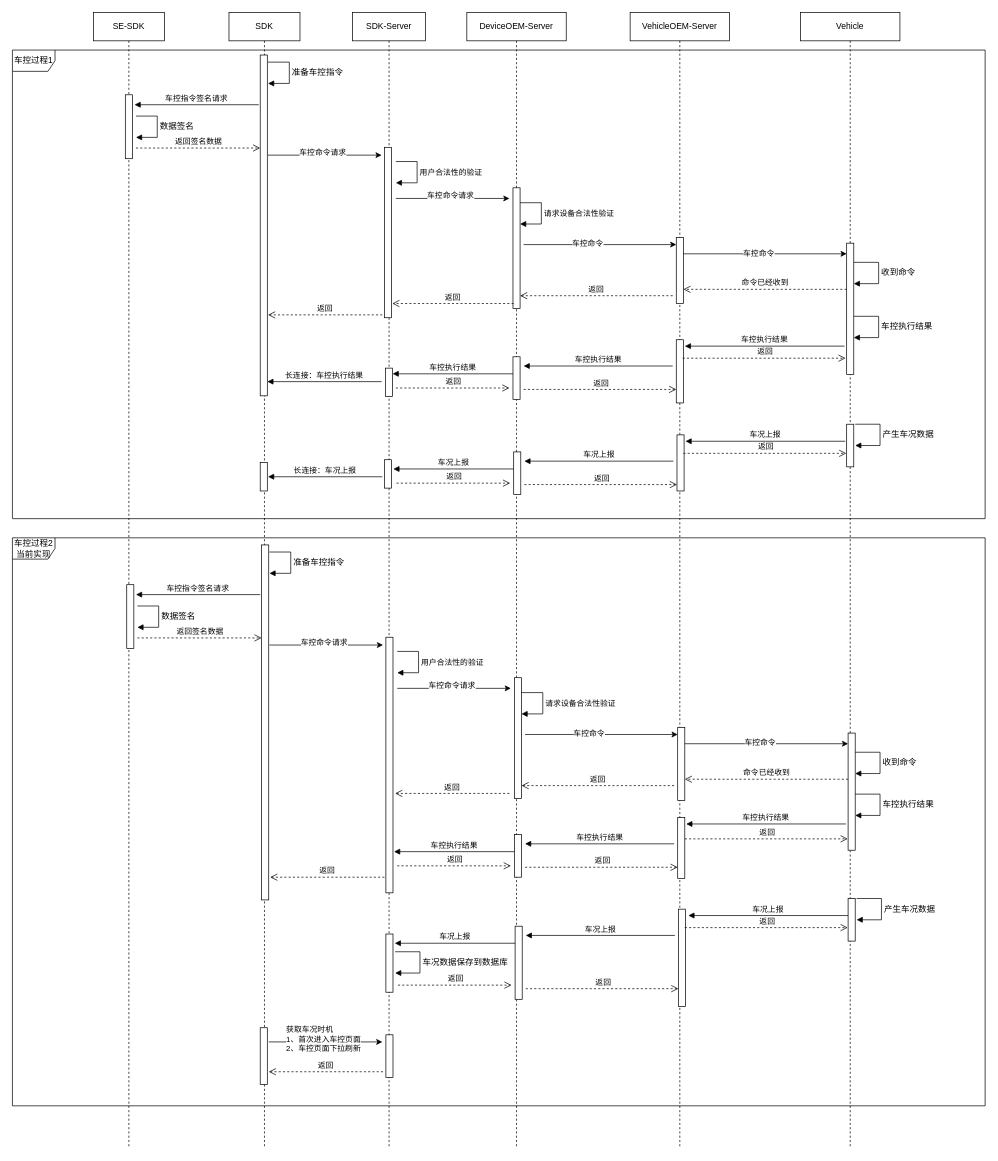
Before: 车控.drawio in jianguocong/chart, a draw.io diagram. Source tidied: cells renumbered, new cells numbered last; positions are measured from the earlier drawing's top-left corner, leaving out a move shared by most shapes. Both pictures are drawn from the tidied source at 71%, with x=0, y=0 at pixel (12, 12).
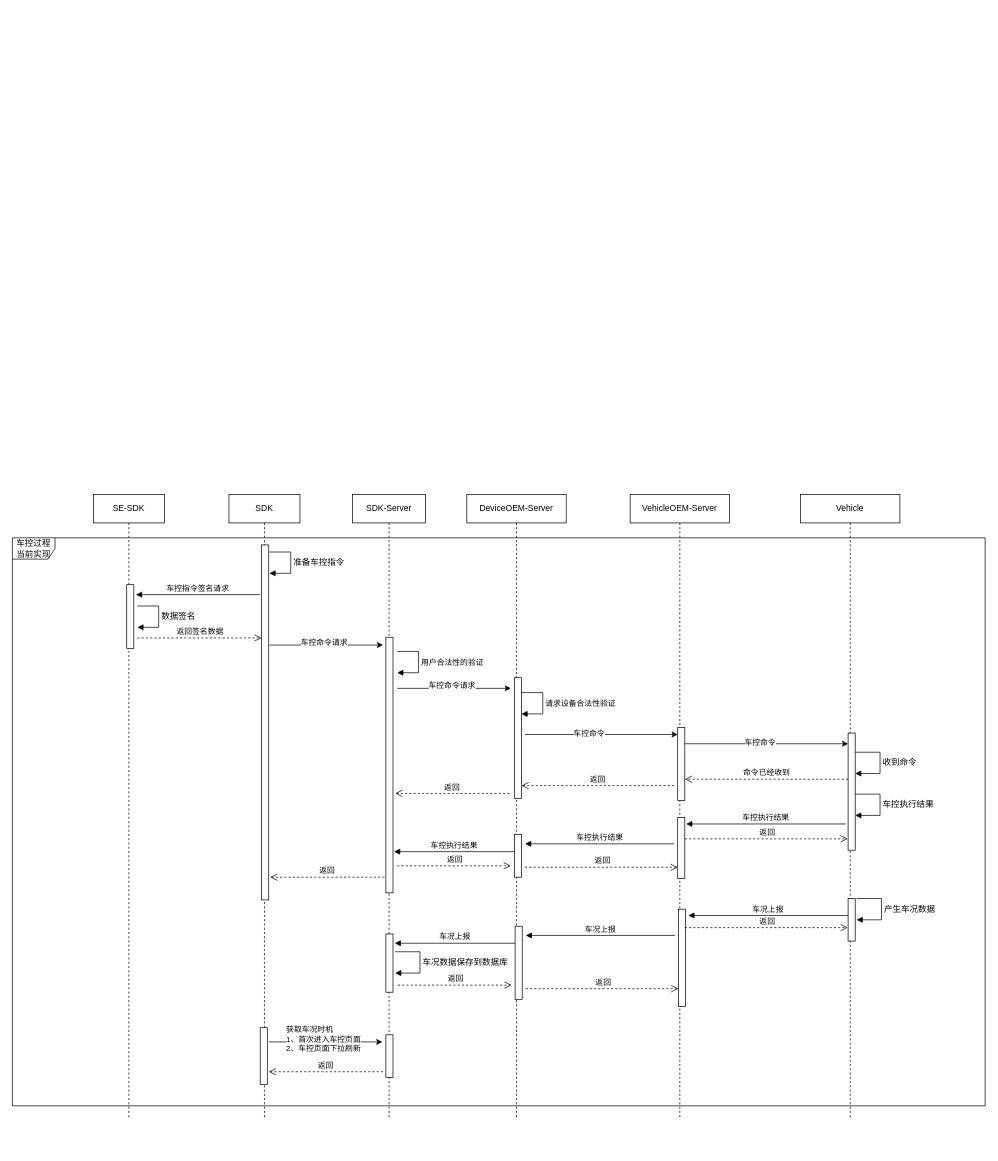
Above is the later version.

Diff of the diagram source:
```diff
@@
     <mxCell id="2" value="SE-SDK" style="shape=umlLifeline;perimeter=lifelinePerimeter;whiteSpace=wrap;html=1;newEdgeStyle={&quot;edgeStyle&quot;:&quot;elbowEdgeStyle&quot;,&quot;elbow&quot;:&quot;vertical&quot;,&quot;curved&quot;:0,&quot;rounded&quot;:0};" parent="1" vertex="1">
-      <mxGeometry x="114" width="100" height="1600" as="geometry" />
+      <mxGeometry x="114" y="679" width="100" height="880" as="geometry" />
     </mxCell>
-    <mxCell id="3" style="html=1;perimeter=orthogonalPerimeter;targetShapes=umlLifeline;newEdgeStyle={&quot;edgeStyle&quot;:&quot;elbowEdgeStyle&quot;,&quot;elbow&quot;:&quot;vertical&quot;,&quot;curved&quot;:0,&quot;rounded&quot;:0};" parent="2" vertex="1">
-      <mxGeometry x="45" y="116" width="10" height="90" as="geometry" />
-    </mxCell>
     <mxCell id="4" value="SDK" style="shape=umlLifeline;perimeter=lifelinePerimeter;whiteSpace=wrap;html=1;newEdgeStyle={&quot;edgeStyle&quot;:&quot;elbowEdgeStyle&quot;,&quot;elbow&quot;:&quot;vertical&quot;,&quot;curved&quot;:0,&quot;rounded&quot;:0};" parent="1" vertex="1">
-      <mxGeometry x="305" width="100" height="1600" as="geometry" />
+      <mxGeometry x="305" y="679" width="100" height="880" as="geometry" />
     </mxCell>
-    <mxCell id="5" style="html=1;points=[];perimeter=orthogonalPerimeter;outlineConnect=0;targetShapes=umlLifeline;portConstraint=eastwest;newEdgeStyle={&quot;edgeStyle&quot;:&quot;elbowEdgeStyle&quot;,&quot;elbow&quot;:&quot;vertical&quot;,&quot;curved&quot;:0,&quot;rounded&quot;:0};" parent="4" vertex="1">
-      <mxGeometry x="44" y="60" width="10" height="480" as="geometry" />
-    </mxCell>
-    <mxCell id="6" style="html=1;perimeter=orthogonalPerimeter;targetShapes=umlLifeline;newEdgeStyle={&quot;edgeStyle&quot;:&quot;elbowEdgeStyle&quot;,&quot;elbow&quot;:&quot;vertical&quot;,&quot;curved&quot;:0,&quot;rounded&quot;:0};" parent="4" vertex="1">
-      <mxGeometry x="44" y="634" width="10" height="40" as="geometry" />
-    </mxCell>
     <mxCell id="7" style="html=1;perimeter=orthogonalPerimeter;targetShapes=umlLifeline;newEdgeStyle={&quot;edgeStyle&quot;:&quot;elbowEdgeStyle&quot;,&quot;elbow&quot;:&quot;vertical&quot;,&quot;curved&quot;:0,&quot;rounded&quot;:0};" parent="4" vertex="1">
-      <mxGeometry x="44" y="1430" width="10" height="80" as="geometry" />
+      <mxGeometry x="44" y="751" width="10" height="80" as="geometry" />
     </mxCell>
-    <mxCell id="8" value="车控指令签名请求" style="html=1;verticalAlign=bottom;endArrow=block;edgeStyle=elbowEdgeStyle;elbow=horizontal;curved=0;rounded=0;" parent="1" edge="1">
-      <mxGeometry relative="1" as="geometry">
-        <mxPoint x="347" y="130" as="sourcePoint" />
-        <mxPoint x="172" y="130" as="targetPoint" />
-      </mxGeometry>
-    </mxCell>
-    <mxCell id="9" value="返回签名数据" style="html=1;verticalAlign=bottom;endArrow=open;dashed=1;endSize=8;edgeStyle=elbowEdgeStyle;elbow=vertical;curved=0;rounded=0;" parent="1" edge="1">
-      <mxGeometry x="0.01" relative="1" as="geometry">
-        <mxPoint x="174" y="191" as="sourcePoint" />
-        <mxPoint x="349" y="191" as="targetPoint" />
-        <Array as="points">
-          <mxPoint x="264" y="191" />
-        </Array>
-      </mxGeometry>
-    </mxCell>
     <mxCell id="10" value="DeviceOEM-Server" style="shape=umlLifeline;perimeter=lifelinePerimeter;whiteSpace=wrap;html=1;newEdgeStyle={&quot;edgeStyle&quot;:&quot;elbowEdgeStyle&quot;,&quot;elbow&quot;:&quot;vertical&quot;,&quot;curved&quot;:0,&quot;rounded&quot;:0};" parent="1" vertex="1">
-      <mxGeometry x="640" width="140" height="1600" as="geometry" />
+      <mxGeometry x="640" y="679" width="140" height="880" as="geometry" />
     </mxCell>
-    <mxCell id="11" style="html=1;perimeter=orthogonalPerimeter;targetShapes=umlLifeline;newEdgeStyle={&quot;edgeStyle&quot;:&quot;elbowEdgeStyle&quot;,&quot;elbow&quot;:&quot;vertical&quot;,&quot;curved&quot;:0,&quot;rounded&quot;:0};" parent="10" vertex="1">
-      <mxGeometry x="65" y="247" width="10" height="170" as="geometry" />
-    </mxCell>
-    <mxCell id="12" style="html=1;perimeter=orthogonalPerimeter;targetShapes=umlLifeline;newEdgeStyle={&quot;edgeStyle&quot;:&quot;elbowEdgeStyle&quot;,&quot;elbow&quot;:&quot;vertical&quot;,&quot;curved&quot;:0,&quot;rounded&quot;:0};" parent="10" vertex="1">
-      <mxGeometry x="65" y="485" width="10" height="60" as="geometry" />
-    </mxCell>
     <mxCell id="13" value="VehicleOEM-Server" style="shape=umlLifeline;perimeter=lifelinePerimeter;whiteSpace=wrap;html=1;newEdgeStyle={&quot;edgeStyle&quot;:&quot;elbowEdgeStyle&quot;,&quot;elbow&quot;:&quot;vertical&quot;,&quot;curved&quot;:0,&quot;rounded&quot;:0};" parent="1" vertex="1">
-      <mxGeometry x="870" width="140" height="1600" as="geometry" />
+      <mxGeometry x="870" y="679" width="140" height="880" as="geometry" />
     </mxCell>
-    <mxCell id="14" style="html=1;perimeter=orthogonalPerimeter;targetShapes=umlLifeline;newEdgeStyle={&quot;edgeStyle&quot;:&quot;elbowEdgeStyle&quot;,&quot;elbow&quot;:&quot;vertical&quot;,&quot;curved&quot;:0,&quot;rounded&quot;:0};" parent="13" vertex="1">
-      <mxGeometry x="65" y="317" width="10" height="93" as="geometry" />
-    </mxCell>
-    <mxCell id="15" style="html=1;perimeter=orthogonalPerimeter;targetShapes=umlLifeline;newEdgeStyle={&quot;edgeStyle&quot;:&quot;elbowEdgeStyle&quot;,&quot;elbow&quot;:&quot;vertical&quot;,&quot;curved&quot;:0,&quot;rounded&quot;:0};" parent="13" vertex="1">
-      <mxGeometry x="65" y="461" width="10" height="89" as="geometry" />
-    </mxCell>
-    <mxCell id="16" style="html=1;perimeter=orthogonalPerimeter;targetShapes=umlLifeline;newEdgeStyle={&quot;edgeStyle&quot;:&quot;elbowEdgeStyle&quot;,&quot;elbow&quot;:&quot;vertical&quot;,&quot;curved&quot;:0,&quot;rounded&quot;:0};" parent="13" vertex="1">
-      <mxGeometry x="-164" y="619" width="10" height="60" as="geometry" />
-    </mxCell>
-    <mxCell id="17" style="html=1;perimeter=orthogonalPerimeter;targetShapes=umlLifeline;newEdgeStyle={&quot;edgeStyle&quot;:&quot;elbowEdgeStyle&quot;,&quot;elbow&quot;:&quot;vertical&quot;,&quot;curved&quot;:0,&quot;rounded&quot;:0};" parent="13" vertex="1">
-      <mxGeometry x="66" y="595" width="10" height="79" as="geometry" />
-    </mxCell>
-    <mxCell id="18" value="车况上报" style="html=1;verticalAlign=bottom;endArrow=block;edgeStyle=elbowEdgeStyle;elbow=vertical;curved=0;rounded=0;" parent="13" edge="1">
-      <mxGeometry relative="1" as="geometry">
-        <mxPoint x="303" y="604" as="sourcePoint" />
-        <mxPoint x="78" y="604" as="targetPoint" />
-      </mxGeometry>
-    </mxCell>
-    <mxCell id="19" value="返回" style="html=1;verticalAlign=bottom;endArrow=open;dashed=1;endSize=8;edgeStyle=elbowEdgeStyle;elbow=vertical;curved=0;rounded=0;" parent="13" edge="1">
-      <mxGeometry x="0.01" relative="1" as="geometry">
-        <mxPoint x="75" y="621" as="sourcePoint" />
-        <mxPoint x="304.5" y="621" as="targetPoint" />
-        <Array as="points">
-          <mxPoint x="165" y="621" />
-        </Array>
-      </mxGeometry>
-    </mxCell>
-    <mxCell id="20" value="车况上报" style="html=1;verticalAlign=bottom;endArrow=block;edgeStyle=elbowEdgeStyle;elbow=vertical;curved=0;rounded=0;" parent="13" edge="1">
-      <mxGeometry relative="1" as="geometry">
-        <mxPoint x="61" y="632" as="sourcePoint" />
-        <mxPoint x="-149" y="632" as="targetPoint" />
-      </mxGeometry>
-    </mxCell>
-    <mxCell id="21" value="车况上报" style="html=1;verticalAlign=bottom;endArrow=block;edgeStyle=elbowEdgeStyle;elbow=vertical;curved=0;rounded=0;" parent="13" edge="1">
-      <mxGeometry relative="1" as="geometry">
-        <mxPoint x="-164" y="643" as="sourcePoint" />
-        <mxPoint x="-333.5" y="643" as="targetPoint" />
-      </mxGeometry>
-    </mxCell>
-    <mxCell id="22" value="返回" style="html=1;verticalAlign=bottom;endArrow=open;dashed=1;endSize=8;edgeStyle=elbowEdgeStyle;elbow=vertical;curved=0;rounded=0;" parent="13" edge="1">
-      <mxGeometry x="0.01" relative="1" as="geometry">
-        <mxPoint x="-329" y="663" as="sourcePoint" />
-        <mxPoint x="-169" y="663" as="targetPoint" />
-        <Array as="points">
-          <mxPoint x="-239" y="663" />
-        </Array>
-      </mxGeometry>
-    </mxCell>
-    <mxCell id="23" value="返回" style="html=1;verticalAlign=bottom;endArrow=open;dashed=1;endSize=8;edgeStyle=elbowEdgeStyle;elbow=vertical;curved=0;rounded=0;" parent="13" edge="1">
-      <mxGeometry x="0.01" relative="1" as="geometry">
-        <mxPoint x="-149" y="665" as="sourcePoint" />
-        <mxPoint x="66" y="665" as="targetPoint" />
-        <Array as="points">
-          <mxPoint x="-59" y="665" />
-        </Array>
-      </mxGeometry>
-    </mxCell>
-    <mxCell id="24" value="长连接：车况上报" style="html=1;verticalAlign=bottom;endArrow=block;edgeStyle=elbowEdgeStyle;elbow=vertical;curved=0;rounded=0;" parent="13" edge="1">
-      <mxGeometry relative="1" as="geometry">
-        <mxPoint x="-349" y="654" as="sourcePoint" />
-        <mxPoint x="-510" y="654" as="targetPoint" />
-      </mxGeometry>
-    </mxCell>
     <mxCell id="25" value="Vehicle" style="shape=umlLifeline;perimeter=lifelinePerimeter;whiteSpace=wrap;html=1;newEdgeStyle={&quot;edgeStyle&quot;:&quot;elbowEdgeStyle&quot;,&quot;elbow&quot;:&quot;vertical&quot;,&quot;curved&quot;:0,&quot;rounded&quot;:0};" parent="1" vertex="1">
-      <mxGeometry x="1110" width="140" height="1600" as="geometry" />
+      <mxGeometry x="1110" y="679" width="140" height="880" as="geometry" />
     </mxCell>
-    <mxCell id="26" style="html=1;perimeter=orthogonalPerimeter;targetShapes=umlLifeline;newEdgeStyle={&quot;edgeStyle&quot;:&quot;elbowEdgeStyle&quot;,&quot;elbow&quot;:&quot;vertical&quot;,&quot;curved&quot;:0,&quot;rounded&quot;:0};" parent="25" vertex="1">
-      <mxGeometry x="65" y="325" width="10" height="185" as="geometry" />
-    </mxCell>
-    <mxCell id="27" value="收到命令" style="html=1;align=left;spacingLeft=2;endArrow=block;rounded=0;edgeStyle=orthogonalEdgeStyle;curved=0;rounded=0;fontFamily=Helvetica;fontSize=12;fontColor=default;" parent="25" edge="1">
-      <mxGeometry relative="1" as="geometry">
-        <mxPoint x="75" y="352" as="sourcePoint" />
-        <mxPoint x="75" y="382" as="targetPoint" />
-        <Array as="points">
-          <mxPoint x="110" y="352" />
-          <mxPoint x="110" y="382" />
-        </Array>
-      </mxGeometry>
-    </mxCell>
-    <mxCell id="28" style="html=1;perimeter=orthogonalPerimeter;targetShapes=umlLifeline;newEdgeStyle={&quot;edgeStyle&quot;:&quot;elbowEdgeStyle&quot;,&quot;elbow&quot;:&quot;vertical&quot;,&quot;curved&quot;:0,&quot;rounded&quot;:0};" parent="25" vertex="1">
-      <mxGeometry x="65" y="580" width="10" height="60" as="geometry" />
-    </mxCell>
-    <mxCell id="29" value="&lt;font style=&quot;font-size: 11px;&quot;&gt;请求设备合法性&lt;/font&gt;&lt;span style=&quot;font-size: 11px;&quot;&gt;验证&lt;/span&gt;" style="html=1;align=left;spacingLeft=2;endArrow=block;rounded=0;edgeStyle=orthogonalEdgeStyle;curved=0;rounded=0;fontFamily=Helvetica;fontSize=12;fontColor=default;" parent="1" edge="1">
-      <mxGeometry relative="1" as="geometry">
-        <mxPoint x="715" y="268" as="sourcePoint" />
-        <mxPoint x="715" y="298" as="targetPoint" />
-        <Array as="points">
-          <mxPoint x="745" y="268" />
-          <mxPoint x="745" y="298" />
-        </Array>
-      </mxGeometry>
-    </mxCell>
-    <mxCell id="30" value="数据签名" style="html=1;align=left;spacingLeft=2;endArrow=block;rounded=0;edgeStyle=orthogonalEdgeStyle;curved=0;rounded=0;fontFamily=Helvetica;fontSize=12;fontColor=default;" parent="1" edge="1">
-      <mxGeometry relative="1" as="geometry">
-        <mxPoint x="174" y="146" as="sourcePoint" />
-        <mxPoint x="174" y="176" as="targetPoint" />
-        <Array as="points">
-          <mxPoint x="204" y="146" />
-          <mxPoint x="204" y="176" />
-        </Array>
-      </mxGeometry>
-    </mxCell>
-    <mxCell id="31" style="endArrow=classic;html=1;rounded=0;" parent="1" edge="1">
-      <mxGeometry relative="1" as="geometry">
-        <mxPoint x="720" y="327" as="sourcePoint" />
-        <mxPoint x="935" y="327" as="targetPoint" />
-      </mxGeometry>
-    </mxCell>
-    <mxCell id="32" value="车控命令" style="edgeLabel;html=1;align=center;verticalAlign=middle;" parent="31" vertex="1">
-      <mxGeometry x="-0.17" y="2" relative="1" as="geometry" />
-    </mxCell>
-    <mxCell id="33" value="返回" style="html=1;verticalAlign=bottom;endArrow=open;dashed=1;endSize=8;edgeStyle=elbowEdgeStyle;elbow=vertical;curved=0;rounded=0;" parent="1" edge="1">
-      <mxGeometry relative="1" as="geometry">
-        <mxPoint x="930" y="399" as="sourcePoint" />
-        <mxPoint x="715" y="399" as="targetPoint" />
-      </mxGeometry>
-    </mxCell>
-    <mxCell id="34" value="返回" style="html=1;verticalAlign=bottom;endArrow=open;dashed=1;endSize=8;edgeStyle=elbowEdgeStyle;elbow=vertical;curved=0;rounded=0;" parent="1" edge="1">
-      <mxGeometry relative="1" as="geometry">
-        <mxPoint x="706" y="410" as="sourcePoint" />
-        <mxPoint x="535" y="410" as="targetPoint" />
-      </mxGeometry>
-    </mxCell>
-    <mxCell id="35" value="车控执行结果" style="html=1;align=left;spacingLeft=2;endArrow=block;rounded=0;edgeStyle=orthogonalEdgeStyle;curved=0;rounded=0;fontFamily=Helvetica;fontSize=12;fontColor=default;" parent="1" edge="1">
-      <mxGeometry relative="1" as="geometry">
-        <mxPoint x="1185" y="428" as="sourcePoint" />
-        <mxPoint x="1185" y="458" as="targetPoint" />
-        <Array as="points">
-          <mxPoint x="1220" y="428" />
-          <mxPoint x="1220" y="458" />
-        </Array>
-      </mxGeometry>
-    </mxCell>
-    <mxCell id="36" style="endArrow=classic;html=1;rounded=0;" parent="1" edge="1">
-      <mxGeometry relative="1" as="geometry">
-        <mxPoint x="945" y="340" as="sourcePoint" />
-        <mxPoint x="1175" y="340" as="targetPoint" />
-      </mxGeometry>
-    </mxCell>
-    <mxCell id="37" value="车控命令" style="edgeLabel;html=1;align=center;verticalAlign=middle;" parent="36" vertex="1">
-      <mxGeometry x="-0.17" y="2" relative="1" as="geometry">
-        <mxPoint x="10" as="offset" />
-      </mxGeometry>
-    </mxCell>
-    <mxCell id="38" value="命令已经收到" style="html=1;verticalAlign=bottom;endArrow=open;dashed=1;endSize=8;edgeStyle=elbowEdgeStyle;elbow=vertical;curved=0;rounded=0;" parent="1" edge="1">
-      <mxGeometry relative="1" as="geometry">
-        <mxPoint x="1175" y="390" as="sourcePoint" />
-        <mxPoint x="945" y="390" as="targetPoint" />
-      </mxGeometry>
-    </mxCell>
-    <mxCell id="39" value="准备车控指令" style="html=1;align=left;spacingLeft=2;endArrow=block;rounded=0;edgeStyle=orthogonalEdgeStyle;curved=0;rounded=0;fontFamily=Helvetica;fontSize=12;fontColor=default;" parent="1" edge="1">
-      <mxGeometry relative="1" as="geometry">
-        <mxPoint x="360" y="70" as="sourcePoint" />
-        <mxPoint x="360" y="100" as="targetPoint" />
-        <Array as="points">
-          <mxPoint x="390" y="70" />
-          <mxPoint x="390" y="100" />
-        </Array>
-      </mxGeometry>
-    </mxCell>
-    <mxCell id="40" style="endArrow=classic;html=1;rounded=0;" parent="1" edge="1">
-      <mxGeometry relative="1" as="geometry">
-        <mxPoint x="360" y="201" as="sourcePoint" />
-        <mxPoint x="520" y="201" as="targetPoint" />
-      </mxGeometry>
-    </mxCell>
-    <mxCell id="41" value="车控命令请求" style="edgeLabel;html=1;align=center;verticalAlign=middle;" parent="40" vertex="1">
-      <mxGeometry x="-0.17" y="2" relative="1" as="geometry">
-        <mxPoint x="10" y="-3" as="offset" />
-      </mxGeometry>
-    </mxCell>
-    <mxCell id="42" value="&lt;font style=&quot;font-size: 11px;&quot;&gt;用户合法性的&lt;/font&gt;&lt;span style=&quot;font-size: 11px;&quot;&gt;验证&lt;/span&gt;" style="html=1;align=left;spacingLeft=2;endArrow=block;rounded=0;edgeStyle=orthogonalEdgeStyle;curved=0;rounded=0;fontFamily=Helvetica;fontSize=12;fontColor=default;" parent="1" edge="1">
-      <mxGeometry relative="1" as="geometry">
-        <mxPoint x="540" y="210" as="sourcePoint" />
-        <mxPoint x="540" y="240" as="targetPoint" />
-        <Array as="points">
-          <mxPoint x="570" y="210" />
-          <mxPoint x="570" y="240" />
-        </Array>
-      </mxGeometry>
-    </mxCell>
-    <mxCell id="43" style="endArrow=classic;html=1;rounded=0;" parent="1" edge="1">
-      <mxGeometry relative="1" as="geometry">
-        <mxPoint x="540" y="262" as="sourcePoint" />
-        <mxPoint x="700" y="262" as="targetPoint" />
-      </mxGeometry>
-    </mxCell>
-    <mxCell id="44" value="车控命令请求" style="edgeLabel;html=1;align=center;verticalAlign=middle;" parent="43" vertex="1">
-      <mxGeometry x="-0.17" y="2" relative="1" as="geometry">
-        <mxPoint x="10" y="-3" as="offset" />
-      </mxGeometry>
-    </mxCell>
-    <mxCell id="45" value="车控执行结果" style="html=1;verticalAlign=bottom;endArrow=block;edgeStyle=elbowEdgeStyle;elbow=vertical;curved=0;rounded=0;" parent="1" edge="1">
-      <mxGeometry relative="1" as="geometry">
-        <mxPoint x="1172" y="470" as="sourcePoint" />
-        <mxPoint x="947" y="470" as="targetPoint" />
-      </mxGeometry>
-    </mxCell>
-    <mxCell id="46" value="返回" style="html=1;verticalAlign=bottom;endArrow=open;dashed=1;endSize=8;edgeStyle=elbowEdgeStyle;elbow=vertical;curved=0;rounded=0;" parent="1" edge="1">
-      <mxGeometry x="0.01" relative="1" as="geometry">
-        <mxPoint x="944" y="487" as="sourcePoint" />
-        <mxPoint x="1173.5" y="487" as="targetPoint" />
-        <Array as="points">
-          <mxPoint x="1034" y="487" />
-        </Array>
-      </mxGeometry>
-    </mxCell>
-    <mxCell id="47" value="车控执行结果" style="html=1;verticalAlign=bottom;endArrow=block;edgeStyle=elbowEdgeStyle;elbow=vertical;curved=0;rounded=0;" parent="1" edge="1">
-      <mxGeometry relative="1" as="geometry">
-        <mxPoint x="930" y="498" as="sourcePoint" />
-        <mxPoint x="720" y="498" as="targetPoint" />
-      </mxGeometry>
-    </mxCell>
-    <mxCell id="48" value="返回" style="html=1;verticalAlign=bottom;endArrow=open;dashed=1;endSize=8;edgeStyle=elbowEdgeStyle;elbow=vertical;curved=0;rounded=0;" parent="1" edge="1">
-      <mxGeometry relative="1" as="geometry">
-        <mxPoint x="521" y="426" as="sourcePoint" />
-        <mxPoint x="360" y="426" as="targetPoint" />
-      </mxGeometry>
-    </mxCell>
-    <mxCell id="49" value="车控执行结果" style="html=1;verticalAlign=bottom;endArrow=block;edgeStyle=elbowEdgeStyle;elbow=vertical;curved=0;rounded=0;" parent="1" edge="1">
-      <mxGeometry relative="1" as="geometry">
-        <mxPoint x="705" y="509" as="sourcePoint" />
-        <mxPoint x="535.5" y="509" as="targetPoint" />
-      </mxGeometry>
-    </mxCell>
-    <mxCell id="50" value="返回" style="html=1;verticalAlign=bottom;endArrow=open;dashed=1;endSize=8;edgeStyle=elbowEdgeStyle;elbow=vertical;curved=0;rounded=0;" parent="1" edge="1">
-      <mxGeometry x="0.01" relative="1" as="geometry">
-        <mxPoint x="540" y="529" as="sourcePoint" />
-        <mxPoint x="700" y="529" as="targetPoint" />
-        <Array as="points">
-          <mxPoint x="630" y="529" />
-        </Array>
-      </mxGeometry>
-    </mxCell>
-    <mxCell id="51" value="返回" style="html=1;verticalAlign=bottom;endArrow=open;dashed=1;endSize=8;edgeStyle=elbowEdgeStyle;elbow=vertical;curved=0;rounded=0;" parent="1" edge="1">
-      <mxGeometry x="0.01" relative="1" as="geometry">
-        <mxPoint x="720" y="531" as="sourcePoint" />
-        <mxPoint x="935" y="531" as="targetPoint" />
-        <Array as="points">
-          <mxPoint x="810" y="531" />
-        </Array>
-      </mxGeometry>
-    </mxCell>
-    <mxCell id="52" value="长连接：车控执行结果" style="html=1;verticalAlign=bottom;endArrow=block;edgeStyle=elbowEdgeStyle;elbow=vertical;curved=0;rounded=0;" parent="1" edge="1" target="5">
-      <mxGeometry relative="1" as="geometry">
-        <mxPoint x="520" y="520" as="sourcePoint" />
-      </mxGeometry>
-    </mxCell>
-    <mxCell id="53" value="产生车况数据" style="html=1;align=left;spacingLeft=2;endArrow=block;rounded=0;edgeStyle=orthogonalEdgeStyle;curved=0;rounded=0;fontFamily=Helvetica;fontSize=12;fontColor=default;" parent="1" edge="1">
-      <mxGeometry relative="1" as="geometry">
-        <mxPoint x="1187" y="580" as="sourcePoint" />
-        <mxPoint x="1187" y="610" as="targetPoint" />
-        <Array as="points">
-          <mxPoint x="1222" y="580" />
-          <mxPoint x="1222" y="610" />
-        </Array>
-      </mxGeometry>
-    </mxCell>
     <mxCell id="54" value="SDK-Server" style="shape=umlLifeline;perimeter=lifelinePerimeter;whiteSpace=wrap;html=1;newEdgeStyle={&quot;edgeStyle&quot;:&quot;elbowEdgeStyle&quot;,&quot;elbow&quot;:&quot;vertical&quot;,&quot;curved&quot;:0,&quot;rounded&quot;:0};" parent="1" vertex="1">
-      <mxGeometry x="479" width="103" height="1600" as="geometry" />
+      <mxGeometry x="479" y="679" width="103" height="880" as="geometry" />
     </mxCell>
-    <mxCell id="55" style="html=1;perimeter=orthogonalPerimeter;targetShapes=umlLifeline;newEdgeStyle={&quot;edgeStyle&quot;:&quot;elbowEdgeStyle&quot;,&quot;elbow&quot;:&quot;vertical&quot;,&quot;curved&quot;:0,&quot;rounded&quot;:0};" parent="54" vertex="1">
-      <mxGeometry x="45" y="190" width="10" height="240" as="geometry" />
-    </mxCell>
-    <mxCell id="56" style="html=1;perimeter=orthogonalPerimeter;targetShapes=umlLifeline;newEdgeStyle={&quot;edgeStyle&quot;:&quot;elbowEdgeStyle&quot;,&quot;elbow&quot;:&quot;vertical&quot;,&quot;curved&quot;:0,&quot;rounded&quot;:0};" parent="54" vertex="1">
-      <mxGeometry x="46.5" y="501" width="10" height="40" as="geometry" />
-    </mxCell>
-    <mxCell id="57" style="html=1;perimeter=orthogonalPerimeter;targetShapes=umlLifeline;newEdgeStyle={&quot;edgeStyle&quot;:&quot;elbowEdgeStyle&quot;,&quot;elbow&quot;:&quot;vertical&quot;,&quot;curved&quot;:0,&quot;rounded&quot;:0};" parent="54" vertex="1">
-      <mxGeometry x="45" y="630" width="10" height="40" as="geometry" />
-    </mxCell>
-    <mxCell id="58" value="车控过程1" style="shape=umlFrame;whiteSpace=wrap;html=1;sketch=0;strokeColor=default;align=center;verticalAlign=middle;fontFamily=Helvetica;fontSize=12;fontColor=default;fillColor=default;" parent="1" vertex="1">
-      <mxGeometry y="53" width="1370" height="660" as="geometry" />
-    </mxCell>
@@
-    <mxCell id="108" value="车控过程2&lt;br&gt;当前实现" style="shape=umlFrame;whiteSpace=wrap;html=1;sketch=0;strokeColor=default;align=center;verticalAlign=middle;fontFamily=Helvetica;fontSize=12;fontColor=default;fillColor=default;" parent="1" vertex="1">
+    <mxCell id="108" value="车控过程&lt;br&gt;当前实现" style="shape=umlFrame;whiteSpace=wrap;html=1;sketch=0;strokeColor=default;align=center;verticalAlign=middle;fontFamily=Helvetica;fontSize=12;fontColor=default;fillColor=default;" parent="1" vertex="1">
       <mxGeometry y="740" width="1370" height="800" as="geometry" />
     </mxCell>
```
